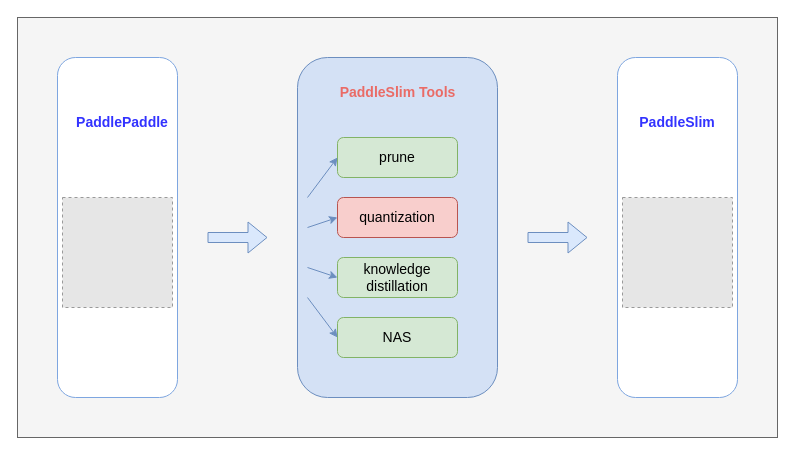
alanzhai219/dive_into_framework keeps this draw.io diagram as PaddleSlim flow.drawio. Above is the earlier version. Source tidied: cells renumbered, new cells numbered last; positions are measured from the earlier drawing's top-left corner, leaving out a move shared by most shapes. Both pictures are drawn from the tidied source at 100%, with x=0, y=0 at pixel (17, 17). Pictures stored in the file or linked from it are replaced by grey dashed boxes.
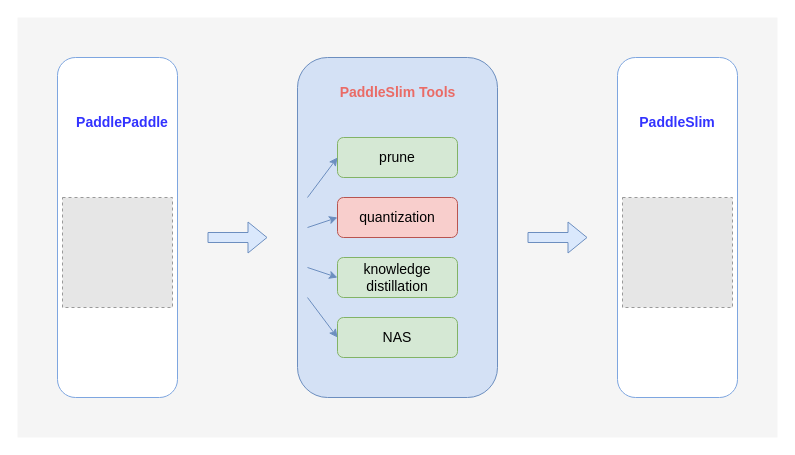
The same diagram, later.

What changed in the source:
```diff
@@
-    <mxCell id="2" style="rounded=0;whiteSpace=wrap;html=1;strokeColor=#666666;fontFamily=Helvetica;fontSize=14;fontColor=#333333;fillColor=#F5F5F5;" parent="1" vertex="1">
+    <mxCell id="2" style="rounded=0;whiteSpace=wrap;html=1;strokeColor=none;fontFamily=Helvetica;fontSize=14;fontColor=#333333;fillColor=#F5F5F5;shadow=0;glass=0;" parent="1" vertex="1">
       <mxGeometry width="760" height="420" as="geometry" />
     </mxCell>
```
